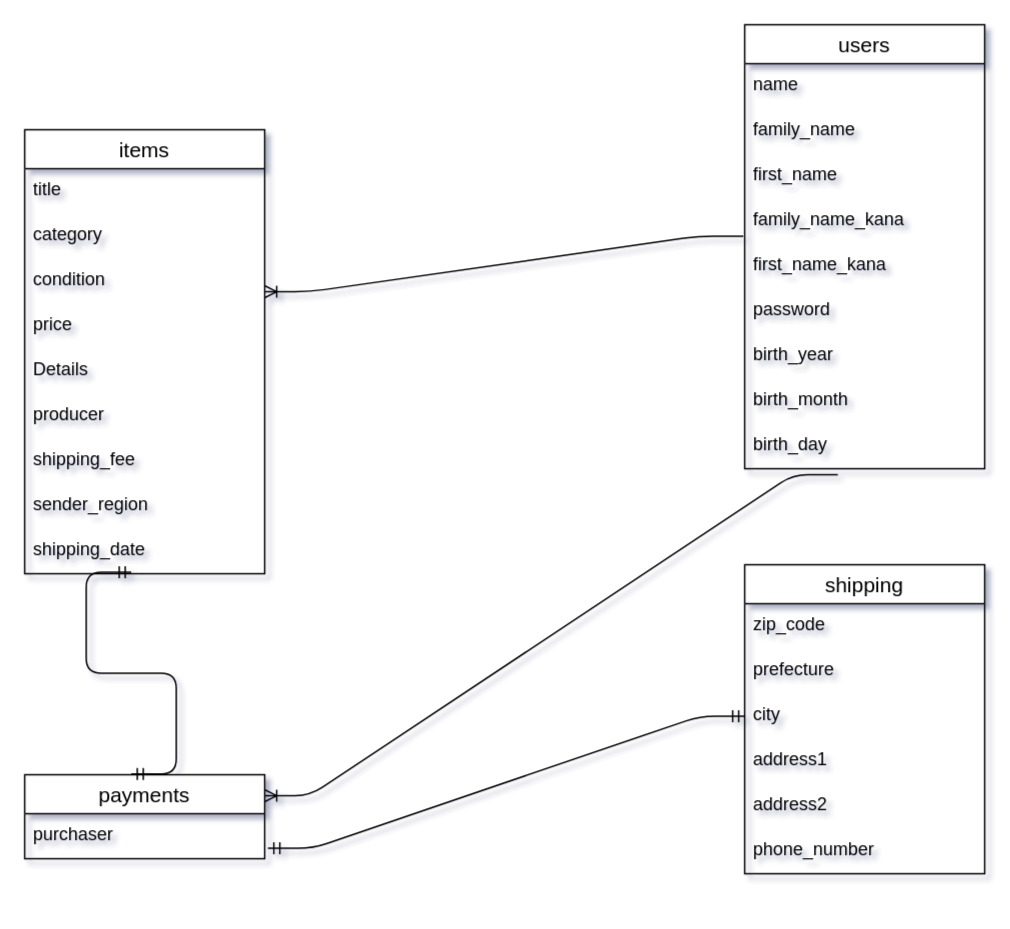
Before: furima-34435.dio in shohei-fujiwara03/furima-34435, a draw.io diagram. Source tidied: cells renumbered, new cells numbered last; positions are measured from the earlier drawing's top-left corner, leaving out a move shared by most shapes. Both pictures are drawn from the tidied source at 150%, with x=0, y=0 at pixel (24, 24).
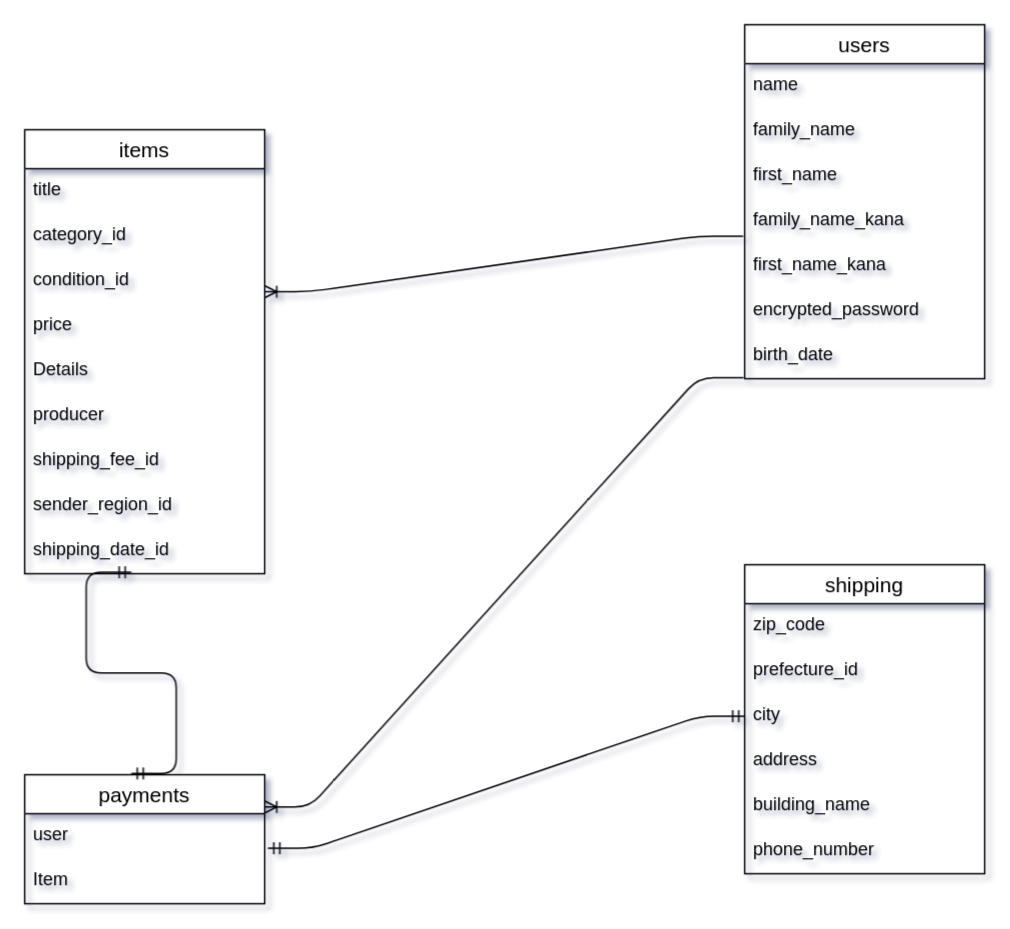
The same page after the edit.

Unchanged cells that the change refers to:
```xml
<mxCell id="2" value="items" style="swimlane;fontStyle=0;horizontal=1;startSize=26;align=center;fontSize=14;" parent="1" vertex="1">
  <mxGeometry y="70" width="160" height="296" as="geometry" />
</mxCell>
<mxCell id="24" value="shipping" style="swimlane;fontStyle=0;horizontal=1;startSize=26;align=center;fontSize=14;" parent="1" vertex="1">
  <mxGeometry x="480" y="360" width="160" height="206" as="geometry" />
</mxCell>
```

Diff of the diagram source:
```diff
@@
-    <mxCell id="4" value="category&#10;" style="text;strokeColor=none;fillColor=none;spacingLeft=4;spacingRight=4;overflow=hidden;fontSize=12;" parent="2" vertex="1">
+    <mxCell id="4" value="category_id&#10;" style="text;strokeColor=none;fillColor=none;spacingLeft=4;spacingRight=4;overflow=hidden;fontSize=12;" parent="2" vertex="1">
       <mxGeometry y="56" width="160" height="30" as="geometry" />
     </mxCell>
-    <mxCell id="5" value="condition" style="text;strokeColor=none;fillColor=none;spacingLeft=4;spacingRight=4;overflow=hidden;points=[[0,0.5],[1,0.5]];portConstraint=eastwest;fontSize=12;" parent="2" vertex="1">
+    <mxCell id="5" value="condition_id" style="text;strokeColor=none;fillColor=none;spacingLeft=4;spacingRight=4;overflow=hidden;points=[[0,0.5],[1,0.5]];portConstraint=eastwest;fontSize=12;" parent="2" vertex="1">
       <mxGeometry y="86" width="160" height="30" as="geometry" />
     </mxCell>
@@
-    <mxCell id="9" value="shipping_fee" style="text;strokeColor=none;fillColor=none;spacingLeft=4;spacingRight=4;overflow=hidden;fontSize=12;" parent="2" vertex="1">
+    <mxCell id="9" value="shipping_fee_id" style="text;strokeColor=none;fillColor=none;spacingLeft=4;spacingRight=4;overflow=hidden;fontSize=12;" parent="2" vertex="1">
       <mxGeometry y="206" width="160" height="30" as="geometry" />
     </mxCell>
-    <mxCell id="10" value="sender_region" style="text;strokeColor=none;fillColor=none;spacingLeft=4;spacingRight=4;overflow=hidden;fontSize=12;" parent="2" vertex="1">
+    <mxCell id="10" value="sender_region_id" style="text;strokeColor=none;fillColor=none;spacingLeft=4;spacingRight=4;overflow=hidden;fontSize=12;" parent="2" vertex="1">
       <mxGeometry y="236" width="160" height="30" as="geometry" />
     </mxCell>
-    <mxCell id="11" value="shipping_date" style="text;strokeColor=none;fillColor=none;spacingLeft=4;spacingRight=4;overflow=hidden;fontSize=12;" parent="2" vertex="1">
+    <mxCell id="11" value="shipping_date_id" style="text;strokeColor=none;fillColor=none;spacingLeft=4;spacingRight=4;overflow=hidden;fontSize=12;" parent="2" vertex="1">
       <mxGeometry y="266" width="160" height="30" as="geometry" />
     </mxCell>
     <mxCell id="12" value="users" style="swimlane;fontStyle=0;horizontal=1;startSize=26;align=center;fontSize=14;" parent="1" vertex="1">
-      <mxGeometry x="480" width="160" height="296" as="geometry" />
+      <mxGeometry x="480" width="160" height="236" as="geometry" />
     </mxCell>
@@
-    <mxCell id="18" value="password" style="text;strokeColor=none;fillColor=none;spacingLeft=4;spacingRight=4;overflow=hidden;fontSize=12;" parent="12" vertex="1">
-      <mxGeometry y="176" width="160" height="30" as="geometry" />
-    </mxCell>
+    <mxCell id="35" value="encrypted_password" style="text;strokeColor=none;fillColor=none;spacingLeft=4;spacingRight=4;overflow=hidden;fontSize=12;" parent="12" vertex="1">
+      <mxGeometry y="176" width="160" height="30" as="geometry" />
+    </mxCell>
-    <mxCell id="19" value="birth_year" style="text;strokeColor=none;fillColor=none;spacingLeft=4;spacingRight=4;overflow=hidden;points=[[0,0.5],[1,0.5]];portConstraint=eastwest;fontSize=12;" parent="12" vertex="1">
+    <mxCell id="19" value="birth_date" style="text;strokeColor=none;fillColor=none;spacingLeft=4;spacingRight=4;overflow=hidden;points=[[0,0.5],[1,0.5]];portConstraint=eastwest;fontSize=12;" parent="12" vertex="1">
       <mxGeometry y="206" width="160" height="30" as="geometry" />
     </mxCell>
-    <mxCell id="20" value="birth_month" style="text;strokeColor=none;fillColor=none;spacingLeft=4;spacingRight=4;overflow=hidden;fontSize=12;" parent="12" vertex="1">
-      <mxGeometry y="236" width="160" height="30" as="geometry" />
-    </mxCell>
-    <mxCell id="21" value="birth_day" style="text;strokeColor=none;fillColor=none;spacingLeft=4;spacingRight=4;overflow=hidden;points=[[0,0.5],[1,0.5]];portConstraint=eastwest;fontSize=12;" parent="12" vertex="1">
-      <mxGeometry y="266" width="160" height="30" as="geometry" />
-    </mxCell>
     <mxCell id="22" value="payments" style="swimlane;fontStyle=0;horizontal=1;startSize=26;align=center;fontSize=14;" parent="1" vertex="1">
-      <mxGeometry y="500" width="160" height="56" as="geometry" />
+      <mxGeometry y="500" width="160" height="86" as="geometry" />
     </mxCell>
-    <mxCell id="23" value="purchaser" style="text;strokeColor=none;fillColor=none;spacingLeft=4;spacingRight=4;overflow=hidden;points=[[0,0.5],[1,0.5]];portConstraint=eastwest;fontSize=12;" parent="22" vertex="1">
+    <mxCell id="23" value="user" style="text;strokeColor=none;fillColor=none;spacingLeft=4;spacingRight=4;overflow=hidden;points=[[0,0.5],[1,0.5]];portConstraint=eastwest;fontSize=12;" parent="22" vertex="1">
       <mxGeometry y="26" width="160" height="30" as="geometry" />
     </mxCell>
+    <mxCell id="36" value="Item" style="text;strokeColor=none;fillColor=none;spacingLeft=4;spacingRight=4;overflow=hidden;fontSize=12;" parent="22" vertex="1">
+      <mxGeometry y="56" width="160" height="30" as="geometry" />
+    </mxCell>
@@
-    <mxCell id="26" value="prefecture" style="text;strokeColor=none;fillColor=none;spacingLeft=4;spacingRight=4;overflow=hidden;fontSize=12;" parent="24" vertex="1">
+    <mxCell id="26" value="prefecture_id" style="text;strokeColor=none;fillColor=none;spacingLeft=4;spacingRight=4;overflow=hidden;fontSize=12;" parent="24" vertex="1">
       <mxGeometry y="56" width="160" height="30" as="geometry" />
     </mxCell>
@@
-    <mxCell id="28" value="address1" style="text;strokeColor=none;fillColor=none;spacingLeft=4;spacingRight=4;overflow=hidden;fontSize=12;" parent="24" vertex="1">
+    <mxCell id="28" value="address" style="text;strokeColor=none;fillColor=none;spacingLeft=4;spacingRight=4;overflow=hidden;fontSize=12;" parent="24" vertex="1">
       <mxGeometry y="116" width="160" height="30" as="geometry" />
     </mxCell>
-    <mxCell id="29" value="address2" style="text;strokeColor=none;fillColor=none;spacingLeft=4;spacingRight=4;overflow=hidden;fontSize=12;" parent="24" vertex="1">
+    <mxCell id="29" value="building_name" style="text;strokeColor=none;fillColor=none;spacingLeft=4;spacingRight=4;overflow=hidden;fontSize=12;" parent="24" vertex="1">
       <mxGeometry y="146" width="160" height="30" as="geometry" />
     </mxCell>
@@
-    <mxCell id="32" style="edgeStyle=entityRelationEdgeStyle;fontSize=12;html=1;endArrow=ERoneToMany;entryX=1;entryY=0.25;entryDx=0;entryDy=0;exitX=0.388;exitY=1.133;exitDx=0;exitDy=0;exitPerimeter=0;" parent="1" edge="1" source="21" target="22">
+    <mxCell id="32" style="edgeStyle=entityRelationEdgeStyle;fontSize=12;html=1;endArrow=ERoneToMany;entryX=1;entryY=0.25;entryDx=0;entryDy=0;exitX=-0.005;exitY=0.978;exitDx=0;exitDy=0;exitPerimeter=0;" parent="1" edge="1" source="19" target="22">
       <mxGeometry relative="1" as="geometry" />
     </mxCell>
```
